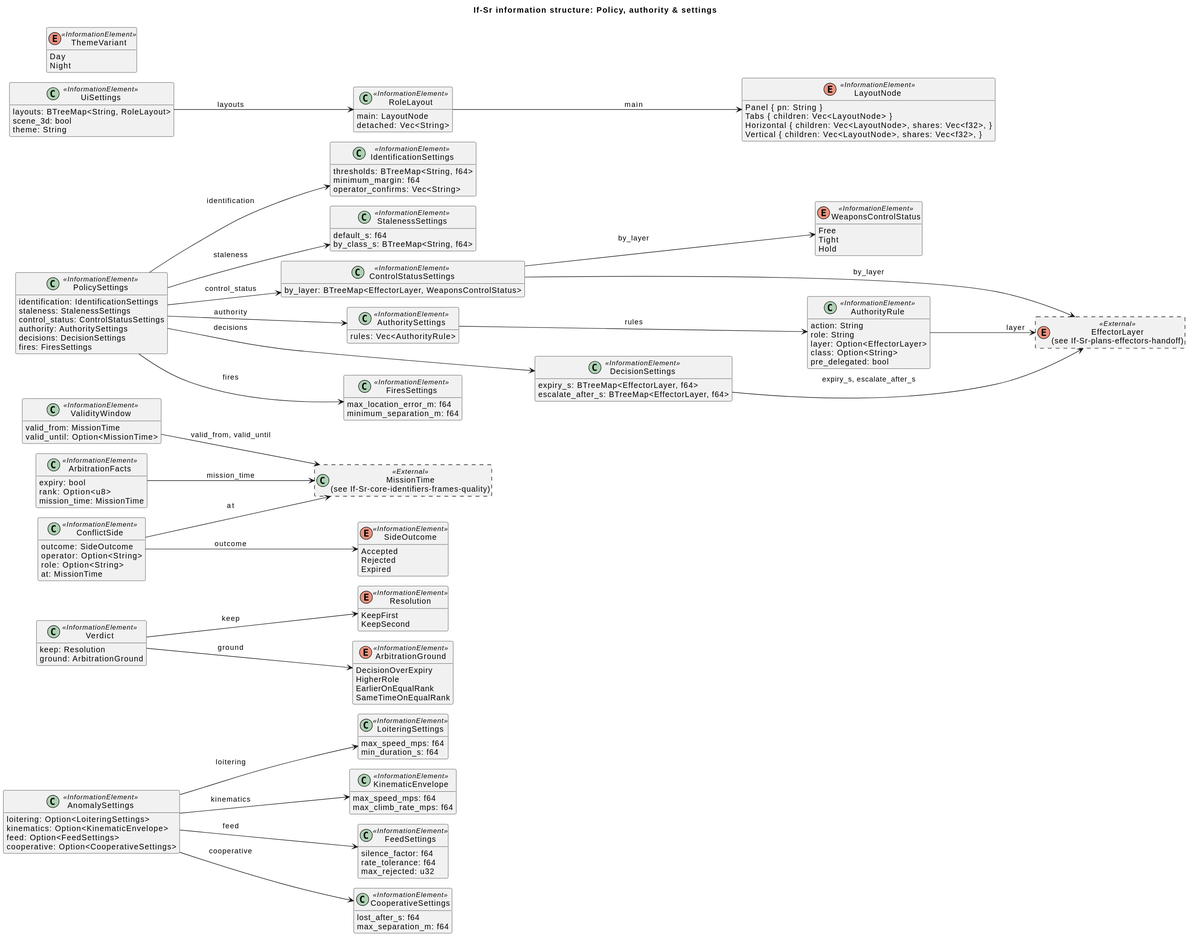
WayneRoessling/gungnir keeps this PlantUML diagram as docs/architecture/uaf/rendered/information/If-Sr-policy-authority-settings.svg. Above is the earlier version.
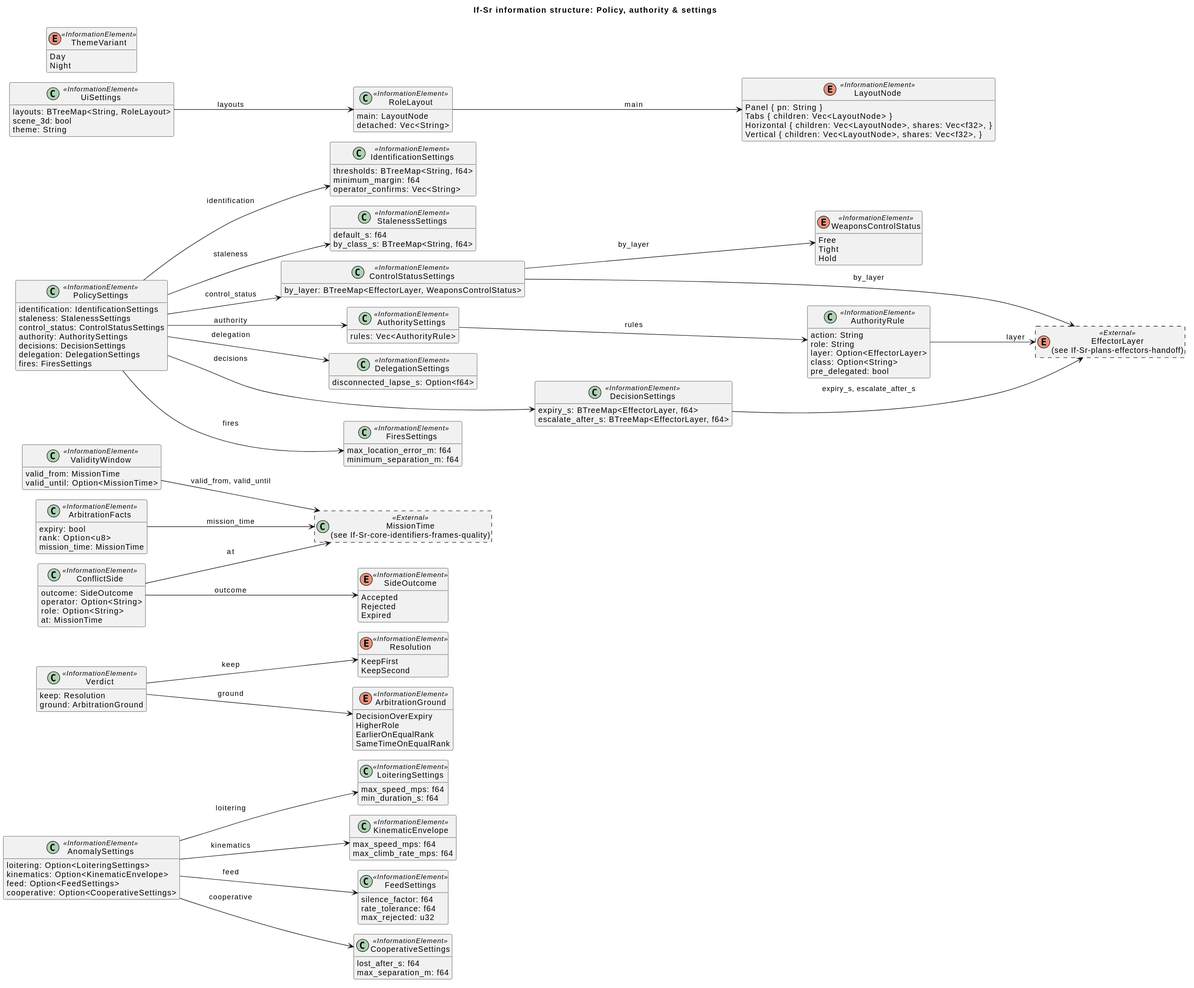
Later version of the same file.

What changed in the source:
```diff
@@ -84,6 +84,9 @@
 class "AuthoritySettings" as AuthoritySettings <<InformationElement>> {
   rules: Vec<AuthorityRule>
 }
+class "DelegationSettings" as DelegationSettings <<InformationElement>> {
+  disconnected_lapse_s: Option<f64>
+}
 class "DecisionSettings" as DecisionSettings <<InformationElement>> {
   expiry_s: BTreeMap<EffectorLayer, f64>
   escalate_after_s: BTreeMap<EffectorLayer, f64>
@@ -102,6 +105,7 @@
   control_status: ControlStatusSettings
   authority: AuthoritySettings
   decisions: DecisionSettings
+  delegation: DelegationSettings
   fires: FiresSettings
 }
 enum "LayoutNode" as LayoutNode <<InformationElement>> {
@@ -145,6 +149,7 @@
 PolicySettings --> AuthoritySettings : authority
 PolicySettings --> ControlStatusSettings : control_status
 PolicySettings --> DecisionSettings : decisions
+PolicySettings --> DelegationSettings : delegation
 PolicySettings --> FiresSettings : fires
 PolicySettings --> IdentificationSettings : identification
 PolicySettings --> StalenessSettings : staleness
```
